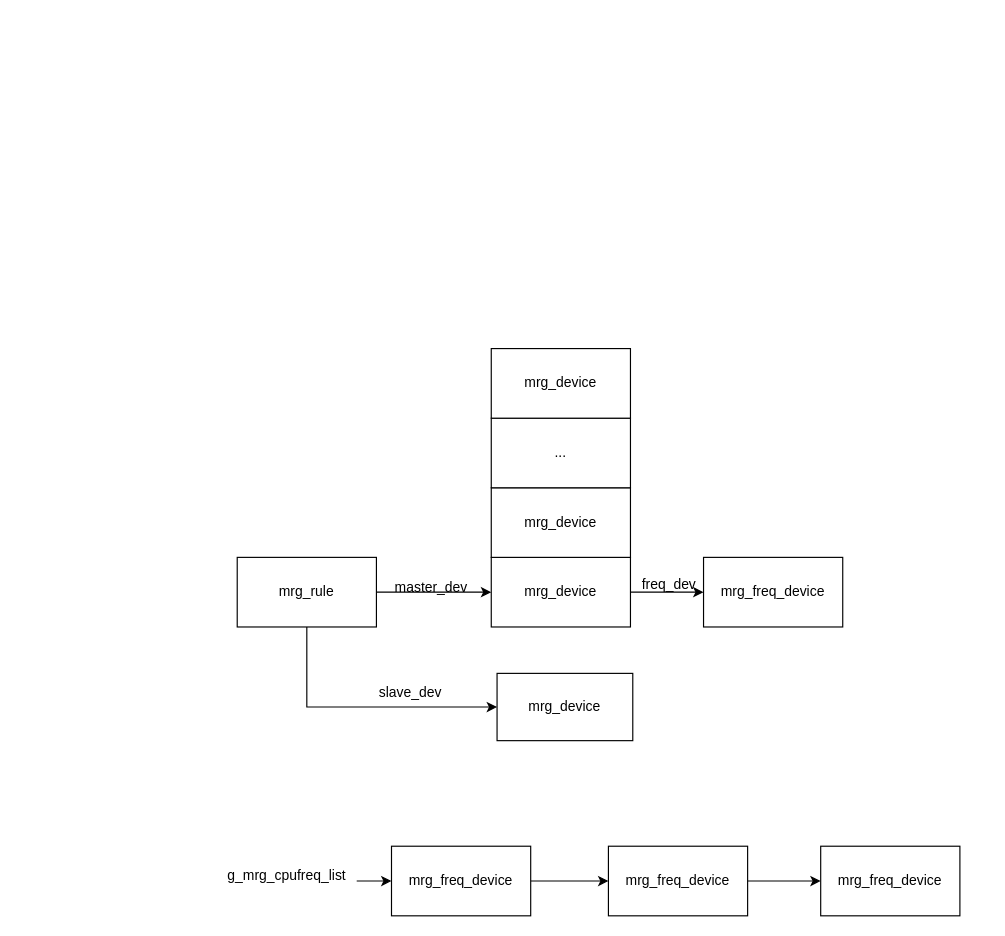
The draw.io diagram mrg.drawio in jasonactions/graph, before the edit. Source tidied: cells renumbered, new cells numbered last; positions are measured from the earlier drawing's top-left corner, leaving out a move shared by most shapes. Both pictures are drawn from the tidied source at 116%, with x=0, y=0 at pixel (225, 348).
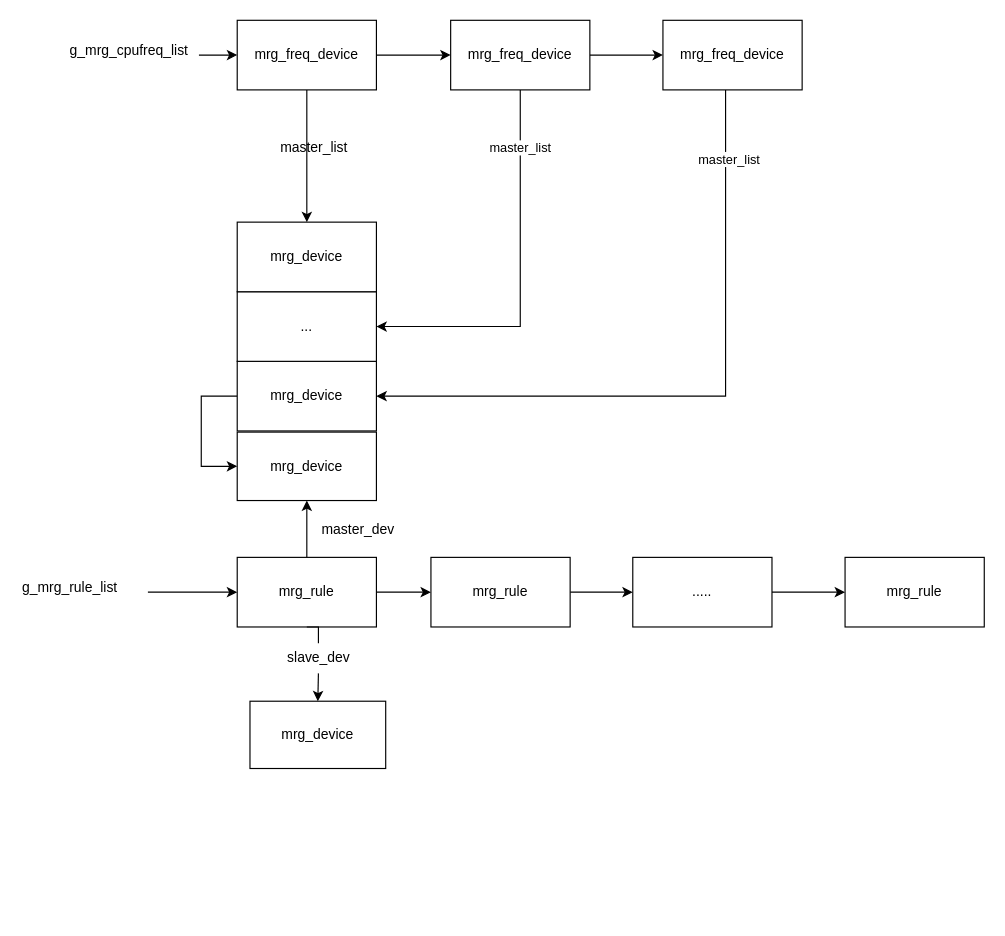
The same page after the edit.

Unchanged cells that the change refers to:
```xml
<mxCell id="6" value="mrg_rule" style="rounded=0;whiteSpace=wrap;html=1;" parent="1" vertex="1">
  <mxGeometry x="10" y="180" width="120" height="60" as="geometry" />
</mxCell>
```

Diff of the diagram source:
```diff
@@
+    <mxCell id="22" style="edgeStyle=orthogonalEdgeStyle;rounded=0;jettySize=auto;html=1;entryX=0.5;entryY=0;entryDx=0;entryDy=0;" parent="1" edge="1" source="3" target="16">
+      <mxGeometry relative="1" as="geometry" />
+    </mxCell>
     <mxCell id="3" value="mrg_freq_device" style="rounded=0;whiteSpace=wrap;html=1;" parent="1" vertex="1">
-      <mxGeometry x="143" y="429" width="120" height="60" as="geometry" />
+      <mxGeometry x="10" y="-283" width="120" height="60" as="geometry" />
     </mxCell>
-    <mxCell id="4" style="edgeStyle=orthogonalEdgeStyle;rounded=0;jettySize=auto;html=1;entryX=0;entryY=0.5;entryDx=0;entryDy=0;" parent="1" edge="1" source="6" target="8">
+    <mxCell id="4" style="edgeStyle=orthogonalEdgeStyle;rounded=0;jettySize=auto;html=1;entryX=0.5;entryY=1;entryDx=0;entryDy=0;" parent="1" edge="1" source="6" target="8">
       <mxGeometry relative="1" as="geometry" />
     </mxCell>
-    <mxCell id="5" style="edgeStyle=orthogonalEdgeStyle;rounded=0;jettySize=auto;html=1;entryX=0;entryY=0.5;entryDx=0;entryDy=0;exitX=0.5;exitY=1;exitDx=0;exitDy=0;" parent="1" edge="1" source="6" target="10">
+    <mxCell id="5" style="edgeStyle=orthogonalEdgeStyle;rounded=0;jettySize=auto;html=1;entryX=0.5;entryY=0;entryDx=0;entryDy=0;exitX=0.5;exitY=1;exitDx=0;exitDy=0;startArrow=none;" parent="1" edge="1" source="11" target="10">
       <mxGeometry relative="1" as="geometry" />
     </mxCell>
+    <mxCell id="23" style="edgeStyle=orthogonalEdgeStyle;rounded=0;jettySize=auto;html=1;entryX=0;entryY=0.5;entryDx=0;entryDy=0;" parent="1" edge="1" source="6" target="33">
+      <mxGeometry relative="1" as="geometry" />
+    </mxCell>
@@
-    <mxCell id="7" style="edgeStyle=orthogonalEdgeStyle;rounded=0;jettySize=auto;html=1;entryX=0;entryY=0.5;entryDx=0;entryDy=0;" parent="1" edge="1" source="8" target="12">
-      <mxGeometry relative="1" as="geometry" />
-    </mxCell>
     <mxCell id="8" value="mrg_device" style="rounded=0;whiteSpace=wrap;html=1;" parent="1" vertex="1">
-      <mxGeometry x="229" y="180" width="120" height="60" as="geometry" />
+      <mxGeometry x="10" y="72" width="120" height="59" as="geometry" />
     </mxCell>
     <mxCell id="9" value="master_dev" style="text;html=1;align=center;verticalAlign=middle;strokeColor=none;fillColor=none;" parent="1" vertex="1">
-      <mxGeometry x="136" y="193" width="81" height="26" as="geometry" />
+      <mxGeometry x="73" y="143" width="81" height="26" as="geometry" />
     </mxCell>
     <mxCell id="10" value="mrg_device" style="rounded=0;whiteSpace=wrap;html=1;" parent="1" vertex="1">
-      <mxGeometry x="234" y="280" width="117" height="58" as="geometry" />
+      <mxGeometry x="21" y="304" width="117" height="58" as="geometry" />
     </mxCell>
-    <mxCell id="11" value="slave_dev" style="text;html=1;align=center;verticalAlign=middle;points=[];strokeColor=none;fillColor=none;" parent="1" vertex="1">
-      <mxGeometry x="123" y="284" width="72" height="26" as="geometry" />
-    </mxCell>
-    <mxCell id="12" value="mrg_freq_device" style="rounded=0;whiteSpace=wrap;html=1;" parent="1" vertex="1">
-      <mxGeometry x="412" y="180" width="120" height="60" as="geometry" />
-    </mxCell>
-    <mxCell id="13" value="freq_dev" style="text;html=1;align=center;verticalAlign=middle;strokeColor=none;fillColor=none;" parent="1" vertex="1">
-      <mxGeometry x="349" y="191" width="65" height="26" as="geometry" />
-    </mxCell>
+    <mxCell id="24" style="edgeStyle=orthogonalEdgeStyle;rounded=0;jettySize=auto;html=1;entryX=0;entryY=0.5;entryDx=0;entryDy=0;" parent="1" edge="1" source="14" target="8">
+      <mxGeometry relative="1" as="geometry">
+        <Array as="points">
+          <mxPoint x="-21" y="41" />
+          <mxPoint x="-21" y="101" />
+        </Array>
+      </mxGeometry>
+    </mxCell>
     <mxCell id="14" value="mrg_device" style="rounded=0;whiteSpace=wrap;html=1;" parent="1" vertex="1">
-      <mxGeometry x="229" y="120" width="120" height="60" as="geometry" />
+      <mxGeometry x="10" y="11" width="120" height="60" as="geometry" />
     </mxCell>
     <mxCell id="15" value="..." style="rounded=0;whiteSpace=wrap;html=1;" parent="1" vertex="1">
-      <mxGeometry x="229" y="60" width="120" height="60" as="geometry" />
+      <mxGeometry x="10" y="-49" width="120" height="60" as="geometry" />
     </mxCell>
     <mxCell id="16" value="mrg_device" style="rounded=0;whiteSpace=wrap;html=1;" parent="1" vertex="1">
-      <mxGeometry x="229" width="120" height="60" as="geometry" />
+      <mxGeometry x="10" y="-109" width="120" height="60" as="geometry" />
     </mxCell>
@@
+    <mxCell id="25" style="edgeStyle=orthogonalEdgeStyle;rounded=0;jettySize=auto;html=1;entryX=1;entryY=0.5;entryDx=0;entryDy=0;exitX=0.5;exitY=1;exitDx=0;exitDy=0;" parent="1" edge="1" source="18" target="15">
+      <mxGeometry relative="1" as="geometry" />
+    </mxCell>
+    <mxCell id="26" value="&lt;article data-content=&quot;[{&amp;quot;type&amp;quot;:&amp;quot;block&amp;quot;,&amp;quot;id&amp;quot;:&amp;quot;Tluz-1677480727434&amp;quot;,&amp;quot;name&amp;quot;:&amp;quot;code&amp;quot;,&amp;quot;data&amp;quot;:{&amp;quot;wrap&amp;quot;:false,&amp;quot;language&amp;quot;:&amp;quot;&amp;quot;,&amp;quot;theme&amp;quot;:&amp;quot;default&amp;quot;},&amp;quot;nodes&amp;quot;:[{&amp;quot;type&amp;quot;:&amp;quot;block&amp;quot;,&amp;quot;id&amp;quot;:&amp;quot;vgHy-1677483520936&amp;quot;,&amp;quot;name&amp;quot;:&amp;quot;code-line&amp;quot;,&amp;quot;data&amp;quot;:{},&amp;quot;nodes&amp;quot;:[{&amp;quot;type&amp;quot;:&amp;quot;text&amp;quot;,&amp;quot;id&amp;quot;:&amp;quot;uUUZ-1677483520935&amp;quot;,&amp;quot;leaves&amp;quot;:[{&amp;quot;text&amp;quot;:&amp;quot;master_list&amp;quot;,&amp;quot;marks&amp;quot;:[]}]}]}],&amp;quot;state&amp;quot;:{}}]&quot;&gt;&lt;div style=&quot;&quot;&gt;master_list&lt;/div&gt;&lt;/article&gt;" style="edgeLabel;html=1;align=center;verticalAlign=middle;" parent="25" vertex="1">
+      <mxGeometry x="-0.7" y="-1" relative="1" as="geometry" />
+    </mxCell>
     <mxCell id="18" value="mrg_freq_device" style="rounded=0;whiteSpace=wrap;html=1;" parent="1" vertex="1">
-      <mxGeometry x="330" y="429" width="120" height="60" as="geometry" />
+      <mxGeometry x="194" y="-283" width="120" height="60" as="geometry" />
     </mxCell>
+    <mxCell id="27" style="edgeStyle=orthogonalEdgeStyle;rounded=0;jettySize=auto;html=1;entryX=1;entryY=0.5;entryDx=0;entryDy=0;" parent="1" edge="1" source="19" target="14">
+      <mxGeometry relative="1" as="geometry">
+        <Array as="points">
+          <mxPoint x="431" y="41" />
+        </Array>
+      </mxGeometry>
+    </mxCell>
+    <mxCell id="28" value="&lt;article data-content=&quot;[{&amp;quot;type&amp;quot;:&amp;quot;block&amp;quot;,&amp;quot;id&amp;quot;:&amp;quot;Tluz-1677480727434&amp;quot;,&amp;quot;name&amp;quot;:&amp;quot;code&amp;quot;,&amp;quot;data&amp;quot;:{&amp;quot;wrap&amp;quot;:false,&amp;quot;language&amp;quot;:&amp;quot;&amp;quot;,&amp;quot;theme&amp;quot;:&amp;quot;default&amp;quot;},&amp;quot;nodes&amp;quot;:[{&amp;quot;type&amp;quot;:&amp;quot;block&amp;quot;,&amp;quot;id&amp;quot;:&amp;quot;vgHy-1677483520936&amp;quot;,&amp;quot;name&amp;quot;:&amp;quot;code-line&amp;quot;,&amp;quot;data&amp;quot;:{},&amp;quot;nodes&amp;quot;:[{&amp;quot;type&amp;quot;:&amp;quot;text&amp;quot;,&amp;quot;id&amp;quot;:&amp;quot;uUUZ-1677483520935&amp;quot;,&amp;quot;leaves&amp;quot;:[{&amp;quot;text&amp;quot;:&amp;quot;master_list&amp;quot;,&amp;quot;marks&amp;quot;:[]}]}]}],&amp;quot;state&amp;quot;:{}}]&quot;&gt;&lt;div style=&quot;&quot;&gt;master_list&lt;/div&gt;&lt;/article&gt;" style="edgeLabel;html=1;align=center;verticalAlign=middle;" parent="27" vertex="1">
+      <mxGeometry x="-0.79" y="2" relative="1" as="geometry" />
+    </mxCell>
     <mxCell id="19" value="mrg_freq_device" style="rounded=0;whiteSpace=wrap;html=1;" parent="1" vertex="1">
-      <mxGeometry x="513" y="429" width="120" height="60" as="geometry" />
+      <mxGeometry x="377" y="-283" width="120" height="60" as="geometry" />
     </mxCell>
@@
     <mxCell id="21" value="&lt;article data-content=&quot;[{&amp;quot;type&amp;quot;:&amp;quot;block&amp;quot;,&amp;quot;id&amp;quot;:&amp;quot;Tluz-1677480727434&amp;quot;,&amp;quot;name&amp;quot;:&amp;quot;code&amp;quot;,&amp;quot;data&amp;quot;:{&amp;quot;wrap&amp;quot;:false,&amp;quot;language&amp;quot;:&amp;quot;&amp;quot;,&amp;quot;theme&amp;quot;:&amp;quot;default&amp;quot;},&amp;quot;nodes&amp;quot;:[{&amp;quot;type&amp;quot;:&amp;quot;block&amp;quot;,&amp;quot;id&amp;quot;:&amp;quot;RiQY-1677484245727&amp;quot;,&amp;quot;name&amp;quot;:&amp;quot;code-line&amp;quot;,&amp;quot;data&amp;quot;:{},&amp;quot;nodes&amp;quot;:[{&amp;quot;type&amp;quot;:&amp;quot;text&amp;quot;,&amp;quot;id&amp;quot;:&amp;quot;qBcn-1677484245725&amp;quot;,&amp;quot;leaves&amp;quot;:[{&amp;quot;text&amp;quot;:&amp;quot;g_mrg_cpufreq_list&amp;quot;,&amp;quot;marks&amp;quot;:[]}]}]}],&amp;quot;state&amp;quot;:{}}]&quot;&gt;&lt;div style=&quot;&quot;&gt;g_mrg_cpufreq_list&lt;/div&gt;&lt;/article&gt;" style="text;whiteSpace=wrap;html=1;" parent="1" vertex="1">
-      <mxGeometry y="441" width="113" height="36" as="geometry" />
+      <mxGeometry x="-136" y="-271" width="113" height="36" as="geometry" />
     </mxCell>
+    <mxCell id="29" style="edgeStyle=orthogonalEdgeStyle;rounded=0;jettySize=auto;html=1;entryX=0;entryY=0.5;entryDx=0;entryDy=0;" parent="1" edge="1" source="30" target="6">
+      <mxGeometry relative="1" as="geometry" />
+    </mxCell>
+    <mxCell id="30" value="&lt;article data-content=&quot;[{&amp;quot;type&amp;quot;:&amp;quot;block&amp;quot;,&amp;quot;id&amp;quot;:&amp;quot;Tluz-1677480727434&amp;quot;,&amp;quot;name&amp;quot;:&amp;quot;code&amp;quot;,&amp;quot;data&amp;quot;:{&amp;quot;wrap&amp;quot;:false,&amp;quot;language&amp;quot;:&amp;quot;&amp;quot;,&amp;quot;theme&amp;quot;:&amp;quot;default&amp;quot;},&amp;quot;nodes&amp;quot;:[{&amp;quot;type&amp;quot;:&amp;quot;block&amp;quot;,&amp;quot;id&amp;quot;:&amp;quot;BoUh-1677482094588&amp;quot;,&amp;quot;name&amp;quot;:&amp;quot;code-line&amp;quot;,&amp;quot;data&amp;quot;:{},&amp;quot;nodes&amp;quot;:[{&amp;quot;type&amp;quot;:&amp;quot;text&amp;quot;,&amp;quot;id&amp;quot;:&amp;quot;zGaO-1677482094586&amp;quot;,&amp;quot;leaves&amp;quot;:[{&amp;quot;text&amp;quot;:&amp;quot;g_mrg_rule_list&amp;quot;,&amp;quot;marks&amp;quot;:[]}]}]}],&amp;quot;state&amp;quot;:{}}]&quot;&gt;&lt;div style=&quot;&quot;&gt;g_mrg_rule_list&lt;/div&gt;&lt;/article&gt;" style="text;whiteSpace=wrap;html=1;" parent="1" vertex="1">
+      <mxGeometry x="-177" y="192" width="110" height="36" as="geometry" />
+    </mxCell>
+    <mxCell id="31" style="edgeStyle=orthogonalEdgeStyle;rounded=0;jettySize=auto;html=1;entryX=0.5;entryY=0;entryDx=0;entryDy=0;exitX=0.5;exitY=1;exitDx=0;exitDy=0;endArrow=none;" parent="1" edge="1" source="6" target="11">
+      <mxGeometry relative="1" as="geometry" />
+    </mxCell>
+    <mxCell id="11" value="slave_dev" style="text;html=1;align=center;verticalAlign=middle;points=[];strokeColor=none;fillColor=none;" parent="1" vertex="1">
+      <mxGeometry x="44" y="254" width="72" height="26" as="geometry" />
+    </mxCell>
+    <mxCell id="32" style="edgeStyle=orthogonalEdgeStyle;rounded=0;jettySize=auto;html=1;entryX=0;entryY=0.5;entryDx=0;entryDy=0;" parent="1" edge="1" source="33" target="35">
+      <mxGeometry relative="1" as="geometry" />
+    </mxCell>
+    <mxCell id="33" value="mrg_rule" style="rounded=0;whiteSpace=wrap;html=1;" parent="1" vertex="1">
+      <mxGeometry x="177" y="180" width="120" height="60" as="geometry" />
+    </mxCell>
+    <mxCell id="34" style="edgeStyle=orthogonalEdgeStyle;rounded=0;jettySize=auto;html=1;entryX=0;entryY=0.5;entryDx=0;entryDy=0;" parent="1" edge="1" source="35" target="36">
+      <mxGeometry relative="1" as="geometry" />
+    </mxCell>
+    <mxCell id="35" value="....." style="rounded=0;whiteSpace=wrap;html=1;" parent="1" vertex="1">
+      <mxGeometry x="351" y="180" width="120" height="60" as="geometry" />
+    </mxCell>
+    <mxCell id="36" value="mrg_rule" style="rounded=0;whiteSpace=wrap;html=1;" parent="1" vertex="1">
+      <mxGeometry x="534" y="180" width="120" height="60" as="geometry" />
+    </mxCell>
+    <mxCell id="37" value="&lt;article data-content=&quot;[{&amp;quot;type&amp;quot;:&amp;quot;block&amp;quot;,&amp;quot;id&amp;quot;:&amp;quot;Tluz-1677480727434&amp;quot;,&amp;quot;name&amp;quot;:&amp;quot;code&amp;quot;,&amp;quot;data&amp;quot;:{&amp;quot;wrap&amp;quot;:false,&amp;quot;language&amp;quot;:&amp;quot;&amp;quot;,&amp;quot;theme&amp;quot;:&amp;quot;default&amp;quot;},&amp;quot;nodes&amp;quot;:[{&amp;quot;type&amp;quot;:&amp;quot;block&amp;quot;,&amp;quot;id&amp;quot;:&amp;quot;vgHy-1677483520936&amp;quot;,&amp;quot;name&amp;quot;:&amp;quot;code-line&amp;quot;,&amp;quot;data&amp;quot;:{},&amp;quot;nodes&amp;quot;:[{&amp;quot;type&amp;quot;:&amp;quot;text&amp;quot;,&amp;quot;id&amp;quot;:&amp;quot;uUUZ-1677483520935&amp;quot;,&amp;quot;leaves&amp;quot;:[{&amp;quot;text&amp;quot;:&amp;quot;master_list&amp;quot;,&amp;quot;marks&amp;quot;:[]}]}]}],&amp;quot;state&amp;quot;:{}}]&quot;&gt;&lt;div style=&quot;&quot;&gt;master_list&lt;/div&gt;&lt;/article&gt;" style="text;html=1;align=center;verticalAlign=middle;strokeColor=none;fillColor=none;" parent="1" vertex="1">
+      <mxGeometry x="38" y="-186" width="76" height="26" as="geometry" />
+    </mxCell>
```
